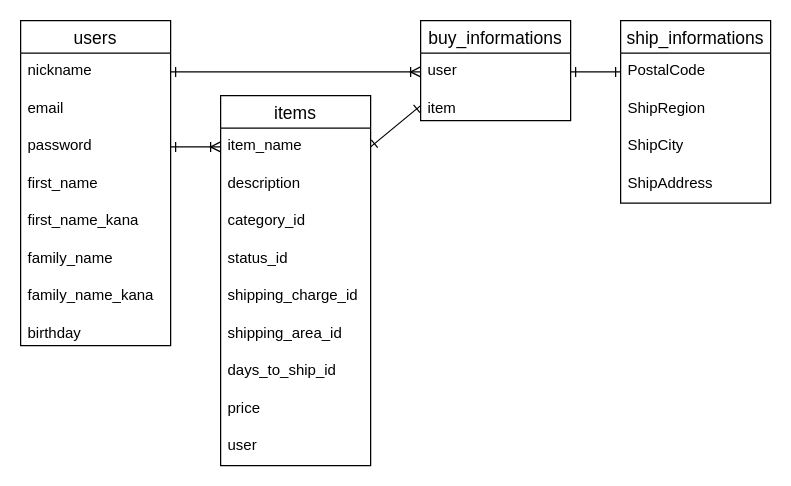
Above: furima.dio in IWNFTH/furima-37860 (draw.io), before the change. Source tidied: cells renumbered, new cells numbered last; positions are measured from the earlier drawing's top-left corner, leaving out a move shared by most shapes. Both pictures are drawn from the tidied source at 125%, with x=0, y=0 at pixel (20, 20).
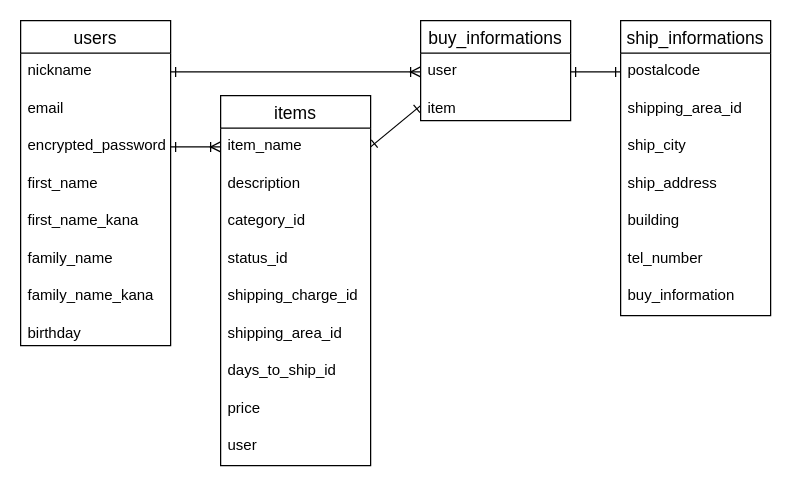
Above is the later version.

Commit message (it also covers changes not shown here):
ER図とREADMEの修正(2回目)

The change refers to these unchanged cells:
```xml
<mxCell id="12" value="users" style="swimlane;fontStyle=0;horizontal=1;startSize=26;align=center;fontSize=14;" parent="1" vertex="1">
  <mxGeometry width="120" height="260" as="geometry" />
</mxCell>
```

What changed in the source:
```diff
@@
-    <mxCell id="15" value="password" style="text;strokeColor=none;fillColor=none;spacingLeft=4;spacingRight=4;overflow=hidden;points=[[0,0.5],[1,0.5]];portConstraint=eastwest;fontSize=12;" parent="12" vertex="1">
+    <mxCell id="15" value="encrypted_password" style="text;strokeColor=none;fillColor=none;spacingLeft=4;spacingRight=4;overflow=hidden;points=[[0,0.5],[1,0.5]];portConstraint=eastwest;fontSize=12;" parent="12" vertex="1">
       <mxGeometry y="86" width="120" height="30" as="geometry" />
     </mxCell>
@@
     <mxCell id="21" value="ship_informations" style="swimlane;fontStyle=0;horizontal=1;startSize=26;align=center;fontSize=14;" parent="1" vertex="1">
-      <mxGeometry x="480" width="120" height="146" as="geometry" />
+      <mxGeometry x="480" width="120" height="236" as="geometry" />
     </mxCell>
-    <mxCell id="22" value="PostalCode" style="text;strokeColor=none;fillColor=none;spacingLeft=4;spacingRight=4;overflow=hidden;points=[[0,0.5],[1,0.5]];portConstraint=eastwest;fontSize=12;" parent="21" vertex="1">
+    <mxCell id="22" value="postalcode" style="text;strokeColor=none;fillColor=none;spacingLeft=4;spacingRight=4;overflow=hidden;points=[[0,0.5],[1,0.5]];portConstraint=eastwest;fontSize=12;" parent="21" vertex="1">
       <mxGeometry y="26" width="120" height="30" as="geometry" />
     </mxCell>
+    <mxCell id="33" value="shipping_area_id" style="text;strokeColor=none;fillColor=none;spacingLeft=4;spacingRight=4;overflow=hidden;fontSize=12;" parent="21" vertex="1">
+      <mxGeometry y="56" width="120" height="30" as="geometry" />
+    </mxCell>
+    <mxCell id="34" value="ship_city" style="text;strokeColor=none;fillColor=none;spacingLeft=4;spacingRight=4;overflow=hidden;fontSize=12;" parent="21" vertex="1">
+      <mxGeometry y="86" width="120" height="30" as="geometry" />
+    </mxCell>
+    <mxCell id="35" value="ship_address" style="text;strokeColor=none;fillColor=none;spacingLeft=4;spacingRight=4;overflow=hidden;fontSize=12;" parent="21" vertex="1">
+      <mxGeometry y="116" width="120" height="30" as="geometry" />
+    </mxCell>
-    <mxCell id="23" value="ShipRegion" style="text;strokeColor=none;fillColor=none;spacingLeft=4;spacingRight=4;overflow=hidden;fontSize=12;" parent="21" vertex="1">
-      <mxGeometry y="56" width="120" height="30" as="geometry" />
+    <mxCell id="23" value="building" style="text;strokeColor=none;fillColor=none;spacingLeft=4;spacingRight=4;overflow=hidden;fontSize=12;" parent="21" vertex="1">
+      <mxGeometry y="146" width="120" height="30" as="geometry" />
     </mxCell>
-    <mxCell id="24" value="ShipCity" style="text;strokeColor=none;fillColor=none;spacingLeft=4;spacingRight=4;overflow=hidden;fontSize=12;" parent="21" vertex="1">
-      <mxGeometry y="86" width="120" height="30" as="geometry" />
+    <mxCell id="24" value="tel_number" style="text;strokeColor=none;fillColor=none;spacingLeft=4;spacingRight=4;overflow=hidden;fontSize=12;" parent="21" vertex="1">
+      <mxGeometry y="176" width="120" height="30" as="geometry" />
     </mxCell>
-    <mxCell id="25" value="ShipAddress" style="text;strokeColor=none;fillColor=none;spacingLeft=4;spacingRight=4;overflow=hidden;fontSize=12;" parent="21" vertex="1">
-      <mxGeometry y="116" width="120" height="30" as="geometry" />
+    <mxCell id="25" value="buy_information" style="text;strokeColor=none;fillColor=none;spacingLeft=4;spacingRight=4;overflow=hidden;fontSize=12;" parent="21" vertex="1">
+      <mxGeometry y="206" width="120" height="30" as="geometry" />
     </mxCell>
```
